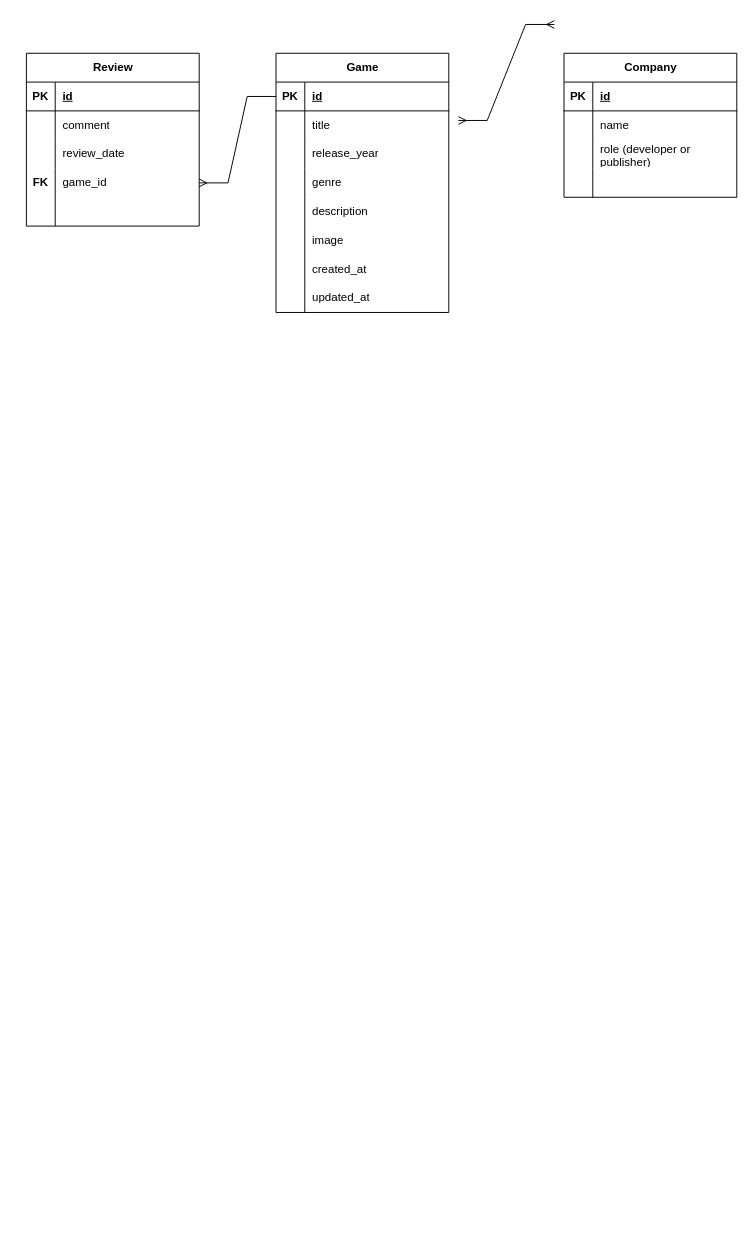
Before: ERD.drawio in MatthewSeymour1/laravelProjectMatthewSeymour, a draw.io diagram. Source tidied: cells renumbered, new cells numbered last; positions are measured from the earlier drawing's top-left corner, leaving out a move shared by most shapes. Both pictures are drawn from the tidied source at 96%, with x=0, y=0 at pixel (26, 24).
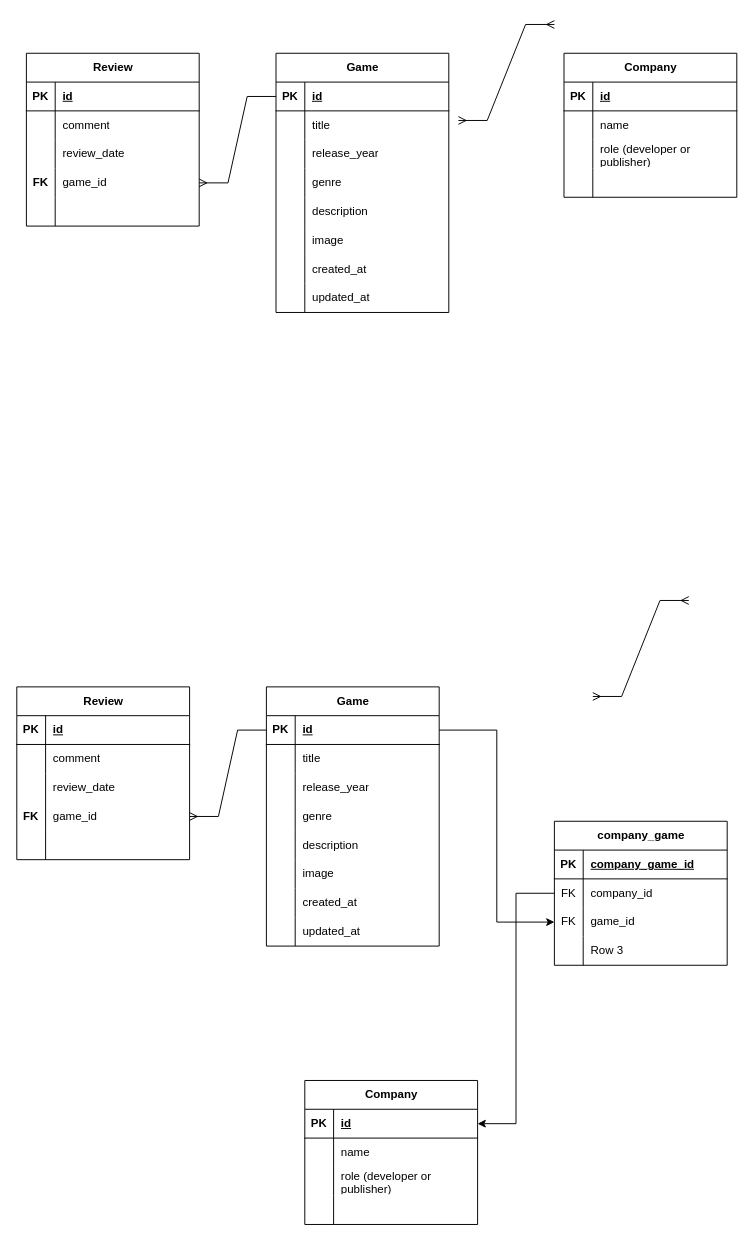
Above is the later version.

What changed in the source:
```diff
@@
+    <mxCell id="58" value="Review" style="shape=table;startSize=30;childLayout=tableLayout;rowLines=0;fontStyle=1;align=center;html=1;" parent="1" vertex="1">
+      <mxGeometry x="-10" y="690" width="180" height="180" as="geometry" />
+    </mxCell>
+    <mxCell id="59" style="shape=tableRow;horizontal=0;startSize=0;swimlaneHead=0;swimlaneBody=0;fillColor=none;top=0;left=0;right=0;bottom=1;" parent="58" vertex="1">
+      <mxGeometry y="30" width="180" height="30" as="geometry" />
+    </mxCell>
+    <mxCell id="60" value="PK" style="shape=partialRectangle;fillColor=none;top=0;left=0;bottom=0;right=0;fontStyle=1;overflow=hidden;whiteSpace=wrap;html=1;" parent="59" vertex="1">
+      <mxGeometry width="30" height="30" as="geometry" />
+    </mxCell>
+    <mxCell id="61" value="id" style="shape=partialRectangle;fillColor=none;top=0;left=0;bottom=0;right=0;align=left;spacingLeft=6;fontStyle=5;overflow=hidden;whiteSpace=wrap;html=1;" parent="59" vertex="1">
+      <mxGeometry x="30" width="150" height="30" as="geometry" />
+    </mxCell>
+    <mxCell id="62" style="shape=tableRow;horizontal=0;startSize=0;swimlaneHead=0;swimlaneBody=0;fillColor=none;top=0;left=0;right=0;bottom=0;" parent="58" vertex="1">
+      <mxGeometry y="60" width="180" height="30" as="geometry" />
+    </mxCell>
+    <mxCell id="63" style="shape=partialRectangle;fillColor=none;top=0;left=0;bottom=0;right=0;overflow=hidden;whiteSpace=wrap;html=1;" parent="62" vertex="1">
+      <mxGeometry width="30" height="30" as="geometry" />
+    </mxCell>
+    <mxCell id="64" value="comment" style="shape=partialRectangle;fillColor=none;top=0;left=0;bottom=0;right=0;align=left;spacingLeft=6;overflow=hidden;whiteSpace=wrap;html=1;" parent="62" vertex="1">
+      <mxGeometry x="30" width="150" height="30" as="geometry" />
+    </mxCell>
+    <mxCell id="65" style="shape=tableRow;horizontal=0;startSize=0;swimlaneHead=0;swimlaneBody=0;fillColor=none;top=0;left=0;right=0;bottom=0;" parent="58" vertex="1">
+      <mxGeometry y="90" width="180" height="30" as="geometry" />
+    </mxCell>
+    <mxCell id="66" style="shape=partialRectangle;fillColor=none;top=0;left=0;bottom=0;right=0;overflow=hidden;whiteSpace=wrap;html=1;" parent="65" vertex="1">
+      <mxGeometry width="30" height="30" as="geometry" />
+    </mxCell>
+    <mxCell id="67" value="review_date" style="shape=partialRectangle;fillColor=none;top=0;left=0;bottom=0;right=0;align=left;spacingLeft=6;overflow=hidden;whiteSpace=wrap;html=1;" parent="65" vertex="1">
+      <mxGeometry x="30" width="150" height="30" as="geometry" />
+    </mxCell>
+    <mxCell id="68" style="shape=tableRow;horizontal=0;startSize=0;swimlaneHead=0;swimlaneBody=0;fillColor=none;points=[[0,0.5],[1,0.5]];portConstraint=eastwest;top=0;left=0;right=0;bottom=0;" parent="58" vertex="1">
+      <mxGeometry y="120" width="180" height="30" as="geometry" />
+    </mxCell>
+    <mxCell id="69" value="&lt;b&gt;FK&lt;/b&gt;" style="shape=partialRectangle;fillColor=none;top=0;left=0;bottom=0;right=0;overflow=hidden;whiteSpace=wrap;html=1;" parent="68" vertex="1">
+      <mxGeometry width="30" height="30" as="geometry" />
+    </mxCell>
+    <mxCell id="70" value="game_id" style="shape=partialRectangle;fillColor=none;top=0;left=0;bottom=0;right=0;align=left;spacingLeft=6;overflow=hidden;whiteSpace=wrap;html=1;" parent="68" vertex="1">
+      <mxGeometry x="30" width="150" height="30" as="geometry" />
+    </mxCell>
+    <mxCell id="71" style="shape=tableRow;horizontal=0;startSize=0;swimlaneHead=0;swimlaneBody=0;fillColor=none;top=0;left=0;right=0;bottom=0;" parent="58" vertex="1">
+      <mxGeometry y="150" width="180" height="30" as="geometry" />
+    </mxCell>
+    <mxCell id="72" style="shape=partialRectangle;fillColor=none;top=0;left=0;bottom=0;right=0;overflow=hidden;whiteSpace=wrap;html=1;" parent="71" vertex="1">
+      <mxGeometry width="30" height="30" as="geometry" />
+    </mxCell>
+    <mxCell id="73" style="shape=partialRectangle;fillColor=none;top=0;left=0;bottom=0;right=0;align=left;spacingLeft=6;overflow=hidden;whiteSpace=wrap;html=1;" parent="71" vertex="1">
+      <mxGeometry x="30" width="150" height="30" as="geometry" />
+    </mxCell>
+    <mxCell id="74" value="Game" style="shape=table;startSize=30;childLayout=tableLayout;rowLines=0;fontStyle=1;align=center;html=1;" parent="1" vertex="1">
+      <mxGeometry x="250" y="690" width="180" height="270" as="geometry" />
+    </mxCell>
+    <mxCell id="75" style="shape=tableRow;horizontal=0;startSize=0;swimlaneHead=0;swimlaneBody=0;fillColor=none;points=[[0,0.5],[1,0.5]];portConstraint=eastwest;top=0;left=0;right=0;bottom=1;" parent="74" vertex="1">
+      <mxGeometry y="30" width="180" height="30" as="geometry" />
+    </mxCell>
+    <mxCell id="76" value="PK" style="shape=partialRectangle;fillColor=none;top=0;left=0;bottom=0;right=0;fontStyle=1;overflow=hidden;whiteSpace=wrap;html=1;" parent="75" vertex="1">
+      <mxGeometry width="30" height="30" as="geometry" />
+    </mxCell>
+    <mxCell id="77" value="id" style="shape=partialRectangle;fillColor=none;top=0;left=0;bottom=0;right=0;align=left;spacingLeft=6;fontStyle=5;overflow=hidden;whiteSpace=wrap;html=1;" parent="75" vertex="1">
+      <mxGeometry x="30" width="150" height="30" as="geometry" />
+    </mxCell>
+    <mxCell id="78" style="shape=tableRow;horizontal=0;startSize=0;swimlaneHead=0;swimlaneBody=0;fillColor=none;top=0;left=0;right=0;bottom=0;" parent="74" vertex="1">
+      <mxGeometry y="60" width="180" height="30" as="geometry" />
+    </mxCell>
+    <mxCell id="79" style="shape=partialRectangle;fillColor=none;top=0;left=0;bottom=0;right=0;overflow=hidden;whiteSpace=wrap;html=1;" parent="78" vertex="1">
+      <mxGeometry width="30" height="30" as="geometry" />
+    </mxCell>
+    <mxCell id="80" value="title" style="shape=partialRectangle;fillColor=none;top=0;left=0;bottom=0;right=0;align=left;spacingLeft=6;overflow=hidden;whiteSpace=wrap;html=1;" parent="78" vertex="1">
+      <mxGeometry x="30" width="150" height="30" as="geometry" />
+    </mxCell>
+    <mxCell id="81" style="shape=tableRow;horizontal=0;startSize=0;swimlaneHead=0;swimlaneBody=0;fillColor=none;top=0;left=0;right=0;bottom=0;" parent="74" vertex="1">
+      <mxGeometry y="90" width="180" height="30" as="geometry" />
+    </mxCell>
+    <mxCell id="82" style="shape=partialRectangle;fillColor=none;top=0;left=0;bottom=0;right=0;overflow=hidden;whiteSpace=wrap;html=1;" parent="81" vertex="1">
+      <mxGeometry width="30" height="30" as="geometry" />
+    </mxCell>
+    <mxCell id="83" value="release_year" style="shape=partialRectangle;fillColor=none;top=0;left=0;bottom=0;right=0;align=left;spacingLeft=6;overflow=hidden;whiteSpace=wrap;html=1;" parent="81" vertex="1">
+      <mxGeometry x="30" width="150" height="30" as="geometry" />
+    </mxCell>
+    <mxCell id="84" style="shape=tableRow;horizontal=0;startSize=0;swimlaneHead=0;swimlaneBody=0;fillColor=none;top=0;left=0;right=0;bottom=0;" parent="74" vertex="1">
+      <mxGeometry y="120" width="180" height="30" as="geometry" />
+    </mxCell>
+    <mxCell id="85" style="shape=partialRectangle;fillColor=none;top=0;left=0;bottom=0;right=0;overflow=hidden;whiteSpace=wrap;html=1;" parent="84" vertex="1">
+      <mxGeometry width="30" height="30" as="geometry" />
+    </mxCell>
+    <mxCell id="86" value="genre" style="shape=partialRectangle;fillColor=none;top=0;left=0;bottom=0;right=0;align=left;spacingLeft=6;overflow=hidden;whiteSpace=wrap;html=1;" parent="84" vertex="1">
+      <mxGeometry x="30" width="150" height="30" as="geometry" />
+    </mxCell>
+    <mxCell id="87" style="shape=tableRow;horizontal=0;startSize=0;swimlaneHead=0;swimlaneBody=0;fillColor=none;top=0;left=0;right=0;bottom=0;" parent="74" vertex="1">
+      <mxGeometry y="150" width="180" height="30" as="geometry" />
+    </mxCell>
+    <mxCell id="88" style="shape=partialRectangle;fillColor=none;top=0;left=0;bottom=0;right=0;overflow=hidden;whiteSpace=wrap;html=1;" parent="87" vertex="1">
+      <mxGeometry width="30" height="30" as="geometry" />
+    </mxCell>
+    <mxCell id="89" value="description" style="shape=partialRectangle;fillColor=none;top=0;left=0;bottom=0;right=0;align=left;spacingLeft=6;overflow=hidden;whiteSpace=wrap;html=1;" parent="87" vertex="1">
+      <mxGeometry x="30" width="150" height="30" as="geometry" />
+    </mxCell>
+    <mxCell id="90" style="shape=tableRow;horizontal=0;startSize=0;swimlaneHead=0;swimlaneBody=0;fillColor=none;top=0;left=0;right=0;bottom=0;" parent="74" vertex="1">
+      <mxGeometry y="180" width="180" height="30" as="geometry" />
+    </mxCell>
+    <mxCell id="91" style="shape=partialRectangle;fillColor=none;top=0;left=0;bottom=0;right=0;overflow=hidden;whiteSpace=wrap;html=1;" parent="90" vertex="1">
+      <mxGeometry width="30" height="30" as="geometry" />
+    </mxCell>
+    <mxCell id="92" value="image" style="shape=partialRectangle;fillColor=none;top=0;left=0;bottom=0;right=0;align=left;spacingLeft=6;overflow=hidden;whiteSpace=wrap;html=1;" parent="90" vertex="1">
+      <mxGeometry x="30" width="150" height="30" as="geometry" />
+    </mxCell>
+    <mxCell id="93" style="shape=tableRow;horizontal=0;startSize=0;swimlaneHead=0;swimlaneBody=0;fillColor=none;top=0;left=0;right=0;bottom=0;" parent="74" vertex="1">
+      <mxGeometry y="210" width="180" height="30" as="geometry" />
+    </mxCell>
+    <mxCell id="94" style="shape=partialRectangle;fillColor=none;top=0;left=0;bottom=0;right=0;overflow=hidden;whiteSpace=wrap;html=1;" parent="93" vertex="1">
+      <mxGeometry width="30" height="30" as="geometry" />
+    </mxCell>
+    <mxCell id="95" value="created_at" style="shape=partialRectangle;fillColor=none;top=0;left=0;bottom=0;right=0;align=left;spacingLeft=6;overflow=hidden;whiteSpace=wrap;html=1;" parent="93" vertex="1">
+      <mxGeometry x="30" width="150" height="30" as="geometry" />
+    </mxCell>
+    <mxCell id="96" style="shape=tableRow;horizontal=0;startSize=0;swimlaneHead=0;swimlaneBody=0;fillColor=none;top=0;left=0;right=0;bottom=0;" parent="74" vertex="1">
+      <mxGeometry y="240" width="180" height="30" as="geometry" />
+    </mxCell>
+    <mxCell id="97" style="shape=partialRectangle;fillColor=none;top=0;left=0;bottom=0;right=0;overflow=hidden;whiteSpace=wrap;html=1;" parent="96" vertex="1">
+      <mxGeometry width="30" height="30" as="geometry" />
+    </mxCell>
+    <mxCell id="98" value="updated_at" style="shape=partialRectangle;fillColor=none;top=0;left=0;bottom=0;right=0;align=left;spacingLeft=6;overflow=hidden;whiteSpace=wrap;html=1;" parent="96" vertex="1">
+      <mxGeometry x="30" width="150" height="30" as="geometry" />
+    </mxCell>
+    <mxCell id="99" value="Company" style="shape=table;startSize=30;childLayout=tableLayout;rowLines=0;fontStyle=1;align=center;html=1;" parent="1" vertex="1">
+      <mxGeometry x="290" y="1100" width="180" height="150" as="geometry" />
+    </mxCell>
+    <mxCell id="100" style="shape=tableRow;horizontal=0;startSize=0;swimlaneHead=0;swimlaneBody=0;fillColor=none;points=[[0,0.5],[1,0.5]];portConstraint=eastwest;top=0;left=0;right=0;bottom=1;" parent="99" vertex="1">
+      <mxGeometry y="30" width="180" height="30" as="geometry" />
+    </mxCell>
+    <mxCell id="101" value="PK" style="shape=partialRectangle;fillColor=none;top=0;left=0;bottom=0;right=0;fontStyle=1;overflow=hidden;whiteSpace=wrap;html=1;" parent="100" vertex="1">
+      <mxGeometry width="30" height="30" as="geometry" />
+    </mxCell>
+    <mxCell id="102" value="id" style="shape=partialRectangle;fillColor=none;top=0;left=0;bottom=0;right=0;align=left;spacingLeft=6;fontStyle=5;overflow=hidden;whiteSpace=wrap;html=1;" parent="100" vertex="1">
+      <mxGeometry x="30" width="150" height="30" as="geometry" />
+    </mxCell>
+    <mxCell id="103" style="shape=tableRow;horizontal=0;startSize=0;swimlaneHead=0;swimlaneBody=0;fillColor=none;top=0;left=0;right=0;bottom=0;" parent="99" vertex="1">
+      <mxGeometry y="60" width="180" height="30" as="geometry" />
+    </mxCell>
+    <mxCell id="104" style="shape=partialRectangle;fillColor=none;top=0;left=0;bottom=0;right=0;overflow=hidden;whiteSpace=wrap;html=1;" parent="103" vertex="1">
+      <mxGeometry width="30" height="30" as="geometry" />
+    </mxCell>
+    <mxCell id="105" value="name" style="shape=partialRectangle;fillColor=none;top=0;left=0;bottom=0;right=0;align=left;spacingLeft=6;overflow=hidden;whiteSpace=wrap;html=1;" parent="103" vertex="1">
+      <mxGeometry x="30" width="150" height="30" as="geometry" />
+    </mxCell>
+    <mxCell id="106" style="shape=tableRow;horizontal=0;startSize=0;swimlaneHead=0;swimlaneBody=0;fillColor=none;top=0;left=0;right=0;bottom=0;" parent="99" vertex="1">
+      <mxGeometry y="90" width="180" height="30" as="geometry" />
+    </mxCell>
+    <mxCell id="107" style="shape=partialRectangle;fillColor=none;top=0;left=0;bottom=0;right=0;overflow=hidden;whiteSpace=wrap;html=1;" parent="106" vertex="1">
+      <mxGeometry width="30" height="30" as="geometry" />
+    </mxCell>
+    <mxCell id="108" value="role (developer or publisher)" style="shape=partialRectangle;fillColor=none;top=0;left=0;bottom=0;right=0;align=left;spacingLeft=6;overflow=hidden;whiteSpace=wrap;html=1;" parent="106" vertex="1">
+      <mxGeometry x="30" width="150" height="30" as="geometry" />
+    </mxCell>
+    <mxCell id="109" style="shape=tableRow;horizontal=0;startSize=0;swimlaneHead=0;swimlaneBody=0;fillColor=none;top=0;left=0;right=0;bottom=0;" parent="99" vertex="1">
+      <mxGeometry y="120" width="180" height="30" as="geometry" />
+    </mxCell>
+    <mxCell id="110" style="shape=partialRectangle;fillColor=none;top=0;left=0;bottom=0;right=0;overflow=hidden;whiteSpace=wrap;html=1;" parent="109" vertex="1">
+      <mxGeometry width="30" height="30" as="geometry" />
+    </mxCell>
+    <mxCell id="111" style="shape=partialRectangle;fillColor=none;top=0;left=0;bottom=0;right=0;align=left;spacingLeft=6;overflow=hidden;whiteSpace=wrap;html=1;" parent="109" vertex="1">
+      <mxGeometry x="30" width="150" height="30" as="geometry" />
+    </mxCell>
+    <mxCell id="112" style="edgeStyle=entityRelationEdgeStyle;fontSize=12;html=1;endArrow=ERmany;rounded=0;exitX=0;exitY=0.5;exitDx=0;exitDy=0;" parent="1" edge="1" source="75" target="68">
+      <mxGeometry relative="1" as="geometry" />
+    </mxCell>
+    <mxCell id="113" style="edgeStyle=entityRelationEdgeStyle;fontSize=12;html=1;endArrow=ERmany;startArrow=ERmany;rounded=0;" parent="1" edge="1">
+      <mxGeometry relative="1" as="geometry">
+        <mxPoint x="590" y="700" as="sourcePoint" />
+        <mxPoint x="690" y="600" as="targetPoint" />
+      </mxGeometry>
+    </mxCell>
+    <mxCell id="114" value="company_game" style="shape=table;startSize=30;childLayout=tableLayout;rowLines=0;fontStyle=1;align=center;html=1;" parent="1" vertex="1">
+      <mxGeometry x="550" y="830" width="180" height="150" as="geometry" />
+    </mxCell>
+    <mxCell id="115" style="shape=tableRow;horizontal=0;startSize=0;swimlaneHead=0;swimlaneBody=0;fillColor=none;top=0;left=0;right=0;bottom=1;" parent="114" vertex="1">
+      <mxGeometry y="30" width="180" height="30" as="geometry" />
+    </mxCell>
+    <mxCell id="116" value="PK" style="shape=partialRectangle;fillColor=none;top=0;left=0;bottom=0;right=0;fontStyle=1;overflow=hidden;whiteSpace=wrap;html=1;" parent="115" vertex="1">
+      <mxGeometry width="30" height="30" as="geometry" />
+    </mxCell>
+    <mxCell id="117" value="company_game_id" style="shape=partialRectangle;fillColor=none;top=0;left=0;bottom=0;right=0;align=left;spacingLeft=6;fontStyle=5;overflow=hidden;whiteSpace=wrap;html=1;" parent="115" vertex="1">
+      <mxGeometry x="30" width="150" height="30" as="geometry" />
+    </mxCell>
+    <mxCell id="118" style="shape=tableRow;horizontal=0;startSize=0;swimlaneHead=0;swimlaneBody=0;fillColor=none;points=[[0,0.5],[1,0.5]];portConstraint=eastwest;top=0;left=0;right=0;bottom=0;" parent="114" vertex="1">
+      <mxGeometry y="60" width="180" height="30" as="geometry" />
+    </mxCell>
+    <mxCell id="119" value="FK" style="shape=partialRectangle;fillColor=none;top=0;left=0;bottom=0;right=0;overflow=hidden;whiteSpace=wrap;html=1;" parent="118" vertex="1">
+      <mxGeometry width="30" height="30" as="geometry" />
+    </mxCell>
+    <mxCell id="120" value="company_id" style="shape=partialRectangle;fillColor=none;top=0;left=0;bottom=0;right=0;align=left;spacingLeft=6;overflow=hidden;whiteSpace=wrap;html=1;" parent="118" vertex="1">
+      <mxGeometry x="30" width="150" height="30" as="geometry" />
+    </mxCell>
+    <mxCell id="121" style="shape=tableRow;horizontal=0;startSize=0;swimlaneHead=0;swimlaneBody=0;fillColor=none;points=[[0,0.5],[1,0.5]];portConstraint=eastwest;top=0;left=0;right=0;bottom=0;" parent="114" vertex="1">
+      <mxGeometry y="90" width="180" height="30" as="geometry" />
+    </mxCell>
+    <mxCell id="122" value="FK" style="shape=partialRectangle;fillColor=none;top=0;left=0;bottom=0;right=0;overflow=hidden;whiteSpace=wrap;html=1;" parent="121" vertex="1">
+      <mxGeometry width="30" height="30" as="geometry" />
+    </mxCell>
+    <mxCell id="123" value="game_id" style="shape=partialRectangle;fillColor=none;top=0;left=0;bottom=0;right=0;align=left;spacingLeft=6;overflow=hidden;whiteSpace=wrap;html=1;" parent="121" vertex="1">
+      <mxGeometry x="30" width="150" height="30" as="geometry" />
+    </mxCell>
+    <mxCell id="124" style="shape=tableRow;horizontal=0;startSize=0;swimlaneHead=0;swimlaneBody=0;fillColor=none;top=0;left=0;right=0;bottom=0;" parent="114" vertex="1">
+      <mxGeometry y="120" width="180" height="30" as="geometry" />
+    </mxCell>
+    <mxCell id="125" style="shape=partialRectangle;fillColor=none;top=0;left=0;bottom=0;right=0;overflow=hidden;whiteSpace=wrap;html=1;" parent="124" vertex="1">
+      <mxGeometry width="30" height="30" as="geometry" />
+    </mxCell>
+    <mxCell id="126" value="Row 3" style="shape=partialRectangle;fillColor=none;top=0;left=0;bottom=0;right=0;align=left;spacingLeft=6;overflow=hidden;whiteSpace=wrap;html=1;" parent="124" vertex="1">
+      <mxGeometry x="30" width="150" height="30" as="geometry" />
+    </mxCell>
+    <mxCell id="127" style="edgeStyle=orthogonalEdgeStyle;rounded=0;jettySize=auto;html=1;entryX=0;entryY=0.5;entryDx=0;entryDy=0;" parent="1" edge="1" source="75" target="121">
+      <mxGeometry relative="1" as="geometry" />
+    </mxCell>
+    <mxCell id="128" style="edgeStyle=orthogonalEdgeStyle;rounded=0;jettySize=auto;html=1;entryX=1;entryY=0.5;entryDx=0;entryDy=0;" parent="1" edge="1" source="118" target="100">
+      <mxGeometry relative="1" as="geometry" />
+    </mxCell>
```
